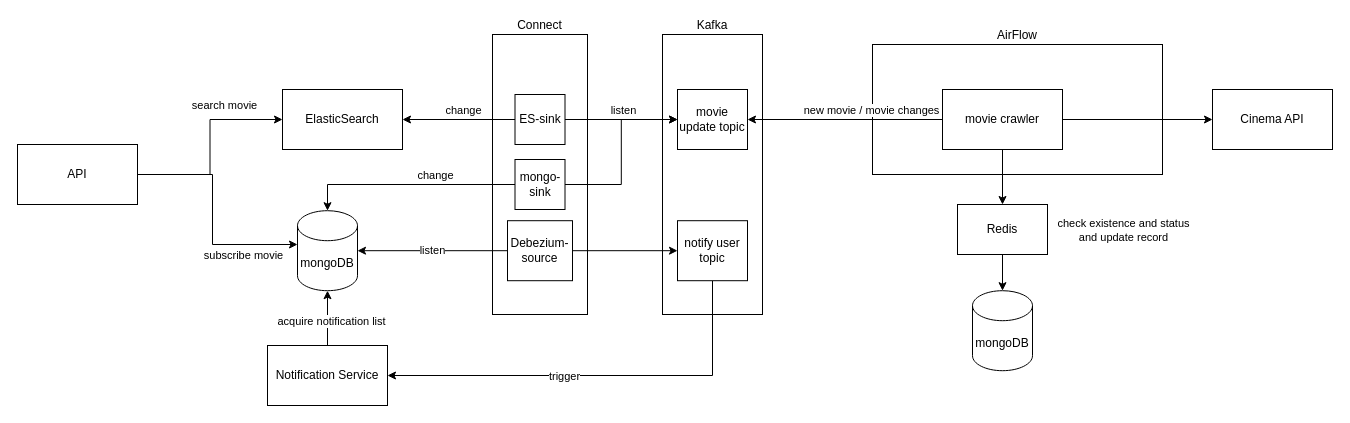
The draw.io diagram graph/arch.drawio in harrison-yck/data-engineering, before the edit. Source tidied: cells renumbered, new cells numbered last; positions are measured from the earlier drawing's top-left corner, leaving out a move shared by most shapes. Both pictures are drawn from the tidied source at 100%, with x=0, y=0 at pixel (17, 34).
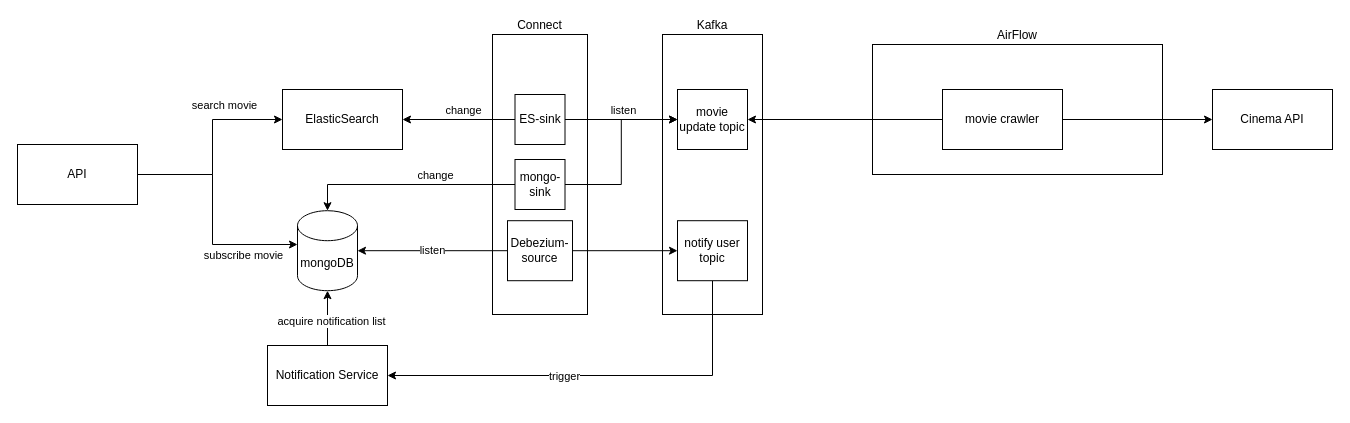
The same page after the edit.

Commit message (it also covers changes not shown here):
update python version and arch

Unchanged cells that the change refers to:
```xml
<mxCell id="4" style="edgeStyle=orthogonalEdgeStyle;rounded=0;jettySize=auto;html=1;entryX=1;entryY=0.5;entryDx=0;entryDy=0;" parent="1" edge="1" source="9" target="30">
  <mxGeometry relative="1" as="geometry" />
</mxCell>
<mxCell id="9" value="movie crawler" style="rounded=0;whiteSpace=wrap;html=1;" parent="1" vertex="1">
  <mxGeometry x="925" y="55" width="120" height="60" as="geometry" />
</mxCell>
<mxCell id="10" value="ElasticSearch" style="rounded=0;whiteSpace=wrap;html=1;" parent="1" vertex="1">
  <mxGeometry x="265" y="55" width="120" height="60" as="geometry" />
</mxCell>
<mxCell id="16" value="API" style="rounded=0;whiteSpace=wrap;html=1;" parent="1" vertex="1">
  <mxGeometry y="110" width="120" height="60" as="geometry" />
</mxCell>
```

The edit, as a diff of the source:
```diff
@@
-    <mxCell id="5" value="new movie / movie changes" style="edgeLabel;html=1;align=center;verticalAlign=middle;" parent="4" vertex="1">
-      <mxGeometry x="-0.26" relative="1" as="geometry">
-        <mxPoint y="-10" as="offset" />
-      </mxGeometry>
-    </mxCell>
@@
-    <mxCell id="7" style="edgeStyle=orthogonalEdgeStyle;rounded=0;jettySize=auto;html=1;entryX=0.5;entryY=0;entryDx=0;entryDy=0;" parent="1" edge="1" source="9" target="34">
-      <mxGeometry relative="1" as="geometry" />
-    </mxCell>
-    <mxCell id="8" value="check existence and status&lt;br&gt;and update record" style="edgeLabel;html=1;align=center;verticalAlign=middle;" parent="7" vertex="1">
-      <mxGeometry x="0.13" y="1" relative="1" as="geometry">
-        <mxPoint x="119" y="49" as="offset" />
-      </mxGeometry>
-    </mxCell>
@@
     <mxCell id="14" style="edgeStyle=orthogonalEdgeStyle;rounded=0;jettySize=auto;html=1;entryX=0;entryY=0.5;entryDx=0;entryDy=0;" parent="1" edge="1" source="16" target="10">
-      <mxGeometry relative="1" as="geometry" />
+      <mxGeometry relative="1" as="geometry">
+        <Array as="points">
+          <mxPoint x="195" y="140" />
+          <mxPoint x="195" y="85" />
+        </Array>
+      </mxGeometry>
     </mxCell>
@@
-    <mxCell id="31" value="mongoDB" style="shape=cylinder3;whiteSpace=wrap;html=1;boundedLbl=1;backgroundOutline=1;size=15;" parent="1" vertex="1">
-      <mxGeometry x="955" y="256.2" width="60" height="80" as="geometry" />
-    </mxCell>
@@
-    <mxCell id="33" style="edgeStyle=orthogonalEdgeStyle;rounded=0;jettySize=auto;html=1;entryX=0.5;entryY=0;entryDx=0;entryDy=0;entryPerimeter=0;" parent="1" edge="1" source="34" target="31">
-      <mxGeometry relative="1" as="geometry" />
-    </mxCell>
-    <mxCell id="34" value="Redis" style="rounded=0;whiteSpace=wrap;html=1;" parent="1" vertex="1">
-      <mxGeometry x="940" y="170" width="90" height="50" as="geometry" />
-    </mxCell>
```
